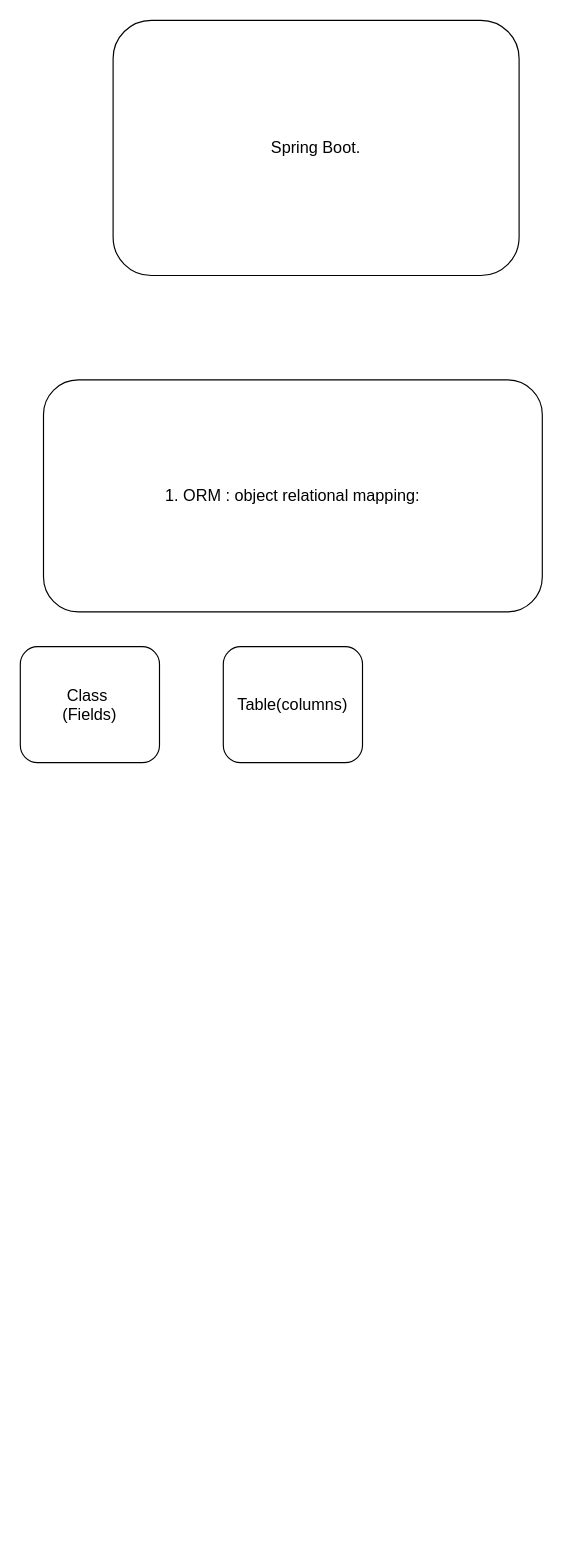
The draw.io diagram page "spring boot" (13 of 14) of Untitled Diagram.drawio in abhinandanchivate/imarticussg, before the edit. Source tidied: cells renumbered, new cells numbered last; positions are measured from the earlier drawing's top-left corner, leaving out a move shared by most shapes. Both pictures are drawn from the tidied source at 116%, with x=0, y=0 at pixel (20, 20).
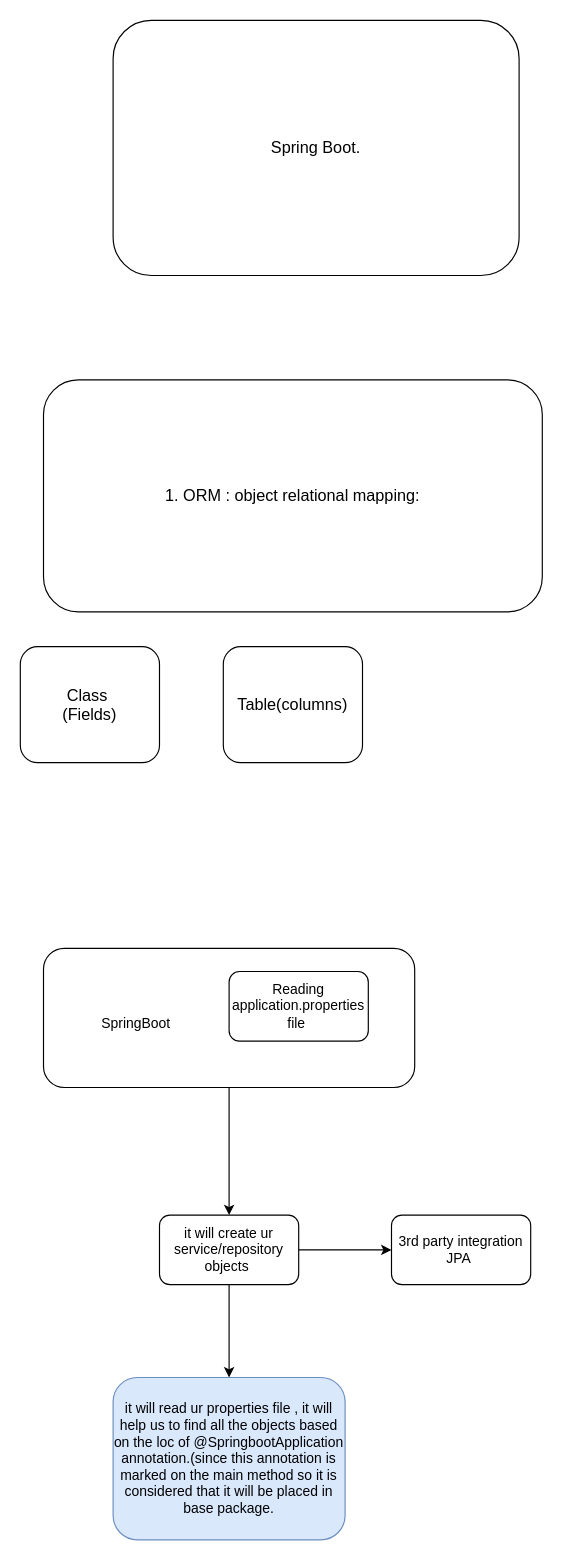
The same page after the edit.

Diff of the diagram source:
```diff
@@
 <mxGraphModel>
   <root>
     <mxCell id="0" />
     <mxCell id="1" parent="0" />
     <mxCell id="2" value="Spring Boot." style="rounded=1;whiteSpace=wrap;html=1;fontSize=14;" parent="1" vertex="1">
       <mxGeometry x="80" width="350" height="220" as="geometry" />
     </mxCell>
     <mxCell id="3" value="1. ORM : object relational mapping:&lt;br&gt;" style="rounded=1;whiteSpace=wrap;html=1;fontSize=14;" parent="1" vertex="1">
       <mxGeometry x="20" y="310" width="430" height="200" as="geometry" />
     </mxCell>
     <mxCell id="4" value="Class&amp;nbsp;&lt;br&gt;(Fields)" style="rounded=1;whiteSpace=wrap;html=1;fontSize=14;" parent="1" vertex="1">
       <mxGeometry y="540" width="120" height="100" as="geometry" />
     </mxCell>
     <mxCell id="5" value="Table(columns)" style="rounded=1;whiteSpace=wrap;html=1;fontSize=14;" parent="1" vertex="1">
       <mxGeometry x="175" y="540" width="120" height="100" as="geometry" />
     </mxCell>
+    <mxCell id="6" style="edgeStyle=orthogonalEdgeStyle;rounded=0;jettySize=auto;html=1;" parent="1" edge="1" source="7" target="12">
+      <mxGeometry relative="1" as="geometry" />
+    </mxCell>
+    <mxCell id="7" style="rounded=1;whiteSpace=wrap;html=1;" parent="1" vertex="1">
+      <mxGeometry x="20" y="800" width="320" height="120" as="geometry" />
+    </mxCell>
+    <mxCell id="8" value="SpringBoot" style="text;html=1;strokeColor=none;fillColor=none;align=center;verticalAlign=middle;whiteSpace=wrap;rounded=0;" parent="1" vertex="1">
+      <mxGeometry x="70" y="850" width="60" height="30" as="geometry" />
+    </mxCell>
+    <mxCell id="9" value="Reading application.properties file&amp;nbsp;" style="rounded=1;whiteSpace=wrap;html=1;" parent="1" vertex="1">
+      <mxGeometry x="180" y="820" width="120" height="60" as="geometry" />
+    </mxCell>
+    <mxCell id="10" style="edgeStyle=orthogonalEdgeStyle;rounded=0;jettySize=auto;html=1;" parent="1" edge="1" source="12" target="13">
+      <mxGeometry relative="1" as="geometry" />
+    </mxCell>
+    <mxCell id="11" style="edgeStyle=orthogonalEdgeStyle;rounded=0;jettySize=auto;html=1;" parent="1" edge="1" source="12" target="14">
+      <mxGeometry relative="1" as="geometry" />
+    </mxCell>
+    <mxCell id="12" value="it will create ur service/repository objects&amp;nbsp;" style="whiteSpace=wrap;html=1;rounded=1;" parent="1" vertex="1">
+      <mxGeometry x="120" y="1030" width="120" height="60" as="geometry" />
+    </mxCell>
+    <mxCell id="13" value="it will read ur properties file , it will help us to find all the objects based on the loc of @SpringbootApplication annotation.(since this annotation is marked on the main method so it is considered that it will be placed in base package." style="whiteSpace=wrap;html=1;rounded=1;fillColor=#dae8fc;strokeColor=#6c8ebf;" parent="1" vertex="1">
+      <mxGeometry x="80" y="1170" width="200" height="140" as="geometry" />
+    </mxCell>
+    <mxCell id="14" value="3rd party integration JPA&amp;nbsp;" style="whiteSpace=wrap;html=1;rounded=1;" parent="1" vertex="1">
+      <mxGeometry x="320" y="1030" width="120" height="60" as="geometry" />
+    </mxCell>
   </root>
 </mxGraphModel>
```
